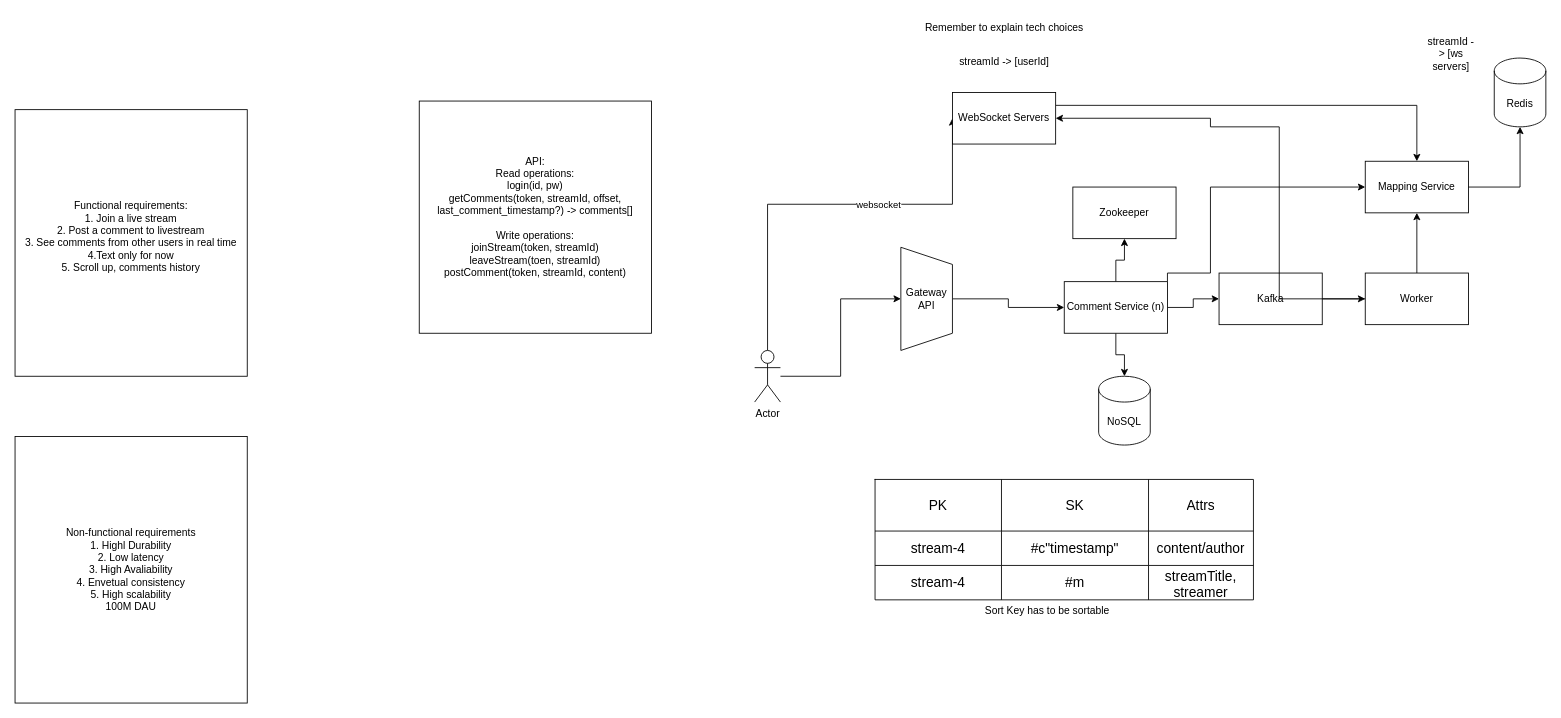
The draw.io diagram page "Live_comment_lesson" (2 of 3) of live_commenting.drawio in kal038/system-design-learn, before the edit. Source tidied: cells renumbered, new cells numbered last; positions are measured from the earlier drawing's top-left corner, leaving out a move shared by most shapes. Both pictures are drawn from the tidied source at 86%, with x=0, y=0 at pixel (15, 15).
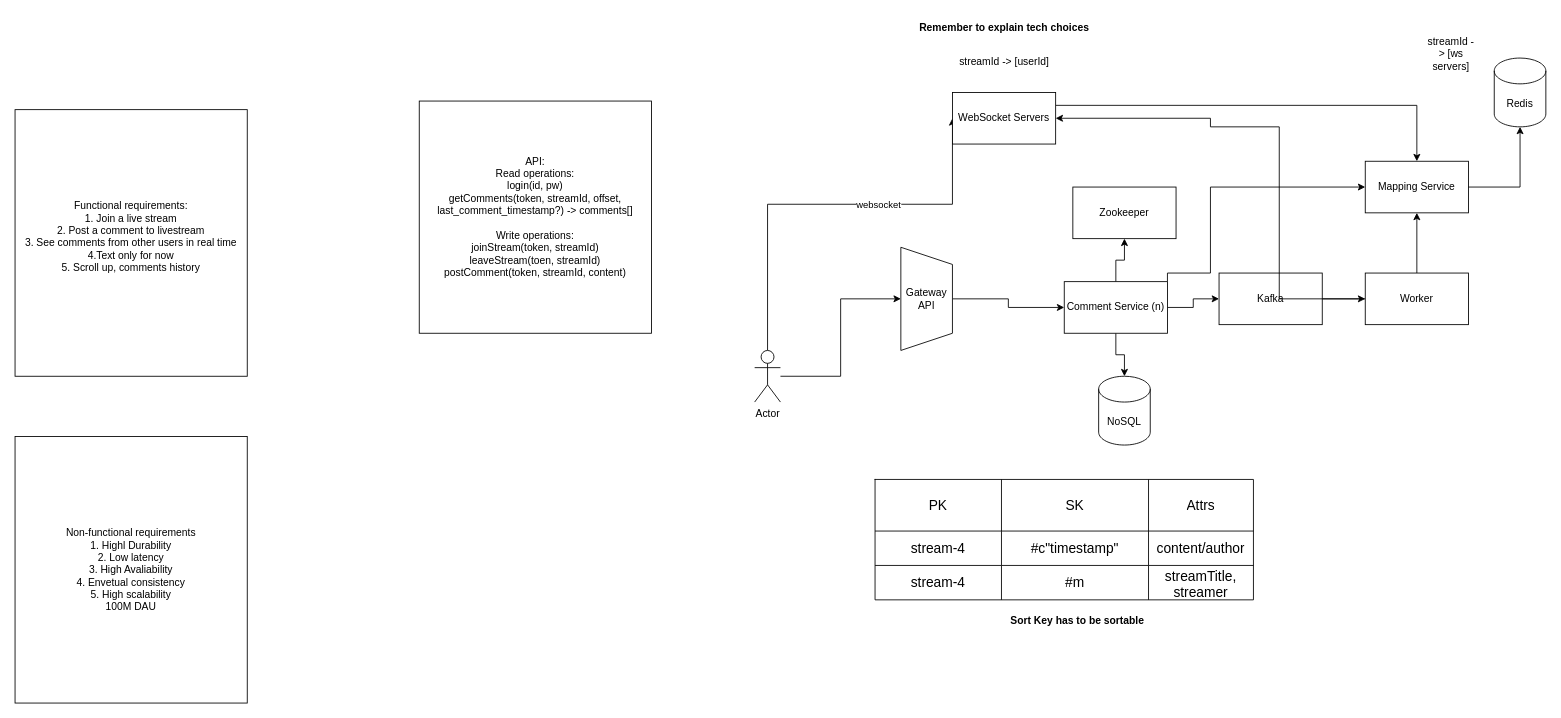
The same page after the edit.

What changed in the source:
```diff
@@
-    <mxCell id="43" value="Remember to explain tech choices" style="text;html=1;align=center;verticalAlign=middle;strokeColor=none;fillColor=none;" parent="1" vertex="1">
+    <mxCell id="43" value="Remember to explain tech choices" style="text;html=1;align=center;verticalAlign=middle;strokeColor=none;fillColor=none;fontStyle=1;" parent="1" vertex="1">
       <mxGeometry x="1045" width="210" height="30" as="geometry" />
     </mxCell>
-    <mxCell id="44" value="Sort Key has to be sortable" style="text;html=1;align=center;verticalAlign=middle;strokeColor=none;fillColor=none;" parent="1" vertex="1">
-      <mxGeometry x="1115" y="678" width="170" height="30" as="geometry" />
+    <mxCell id="44" value="Sort Key has to be sortable" style="text;html=1;align=center;verticalAlign=middle;strokeColor=none;fillColor=none;fontStyle=1;" parent="1" vertex="1">
+      <mxGeometry x="1150" y="690" width="170" height="30" as="geometry" />
     </mxCell>
```
